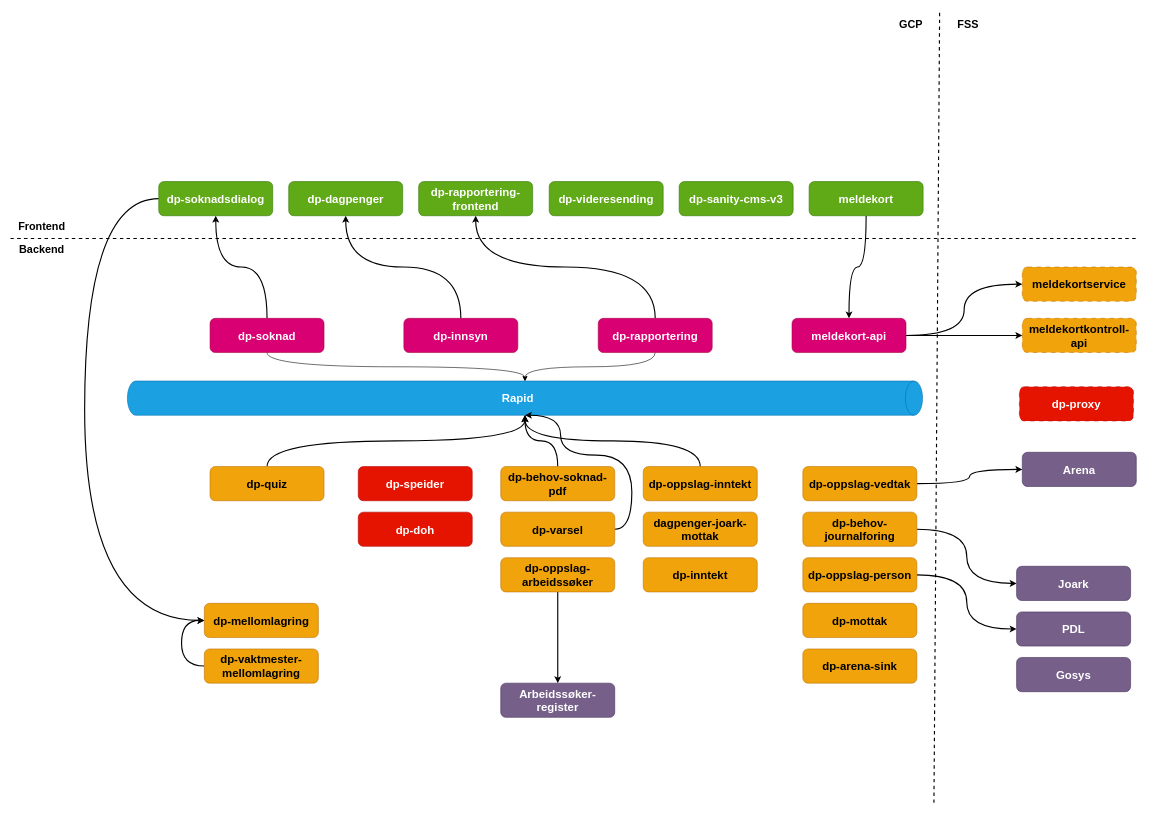
Above: docs/innbyggerflater/overordnet-arkitektur.drawio in navikt/dp-dokumentasjon (draw.io), before the change. Source tidied: cells renumbered, new cells numbered last; positions are measured from the earlier drawing's top-left corner, leaving out a move shared by most shapes. Both pictures are drawn from the tidied source at 57%, with x=0, y=0 at pixel (10, 0).
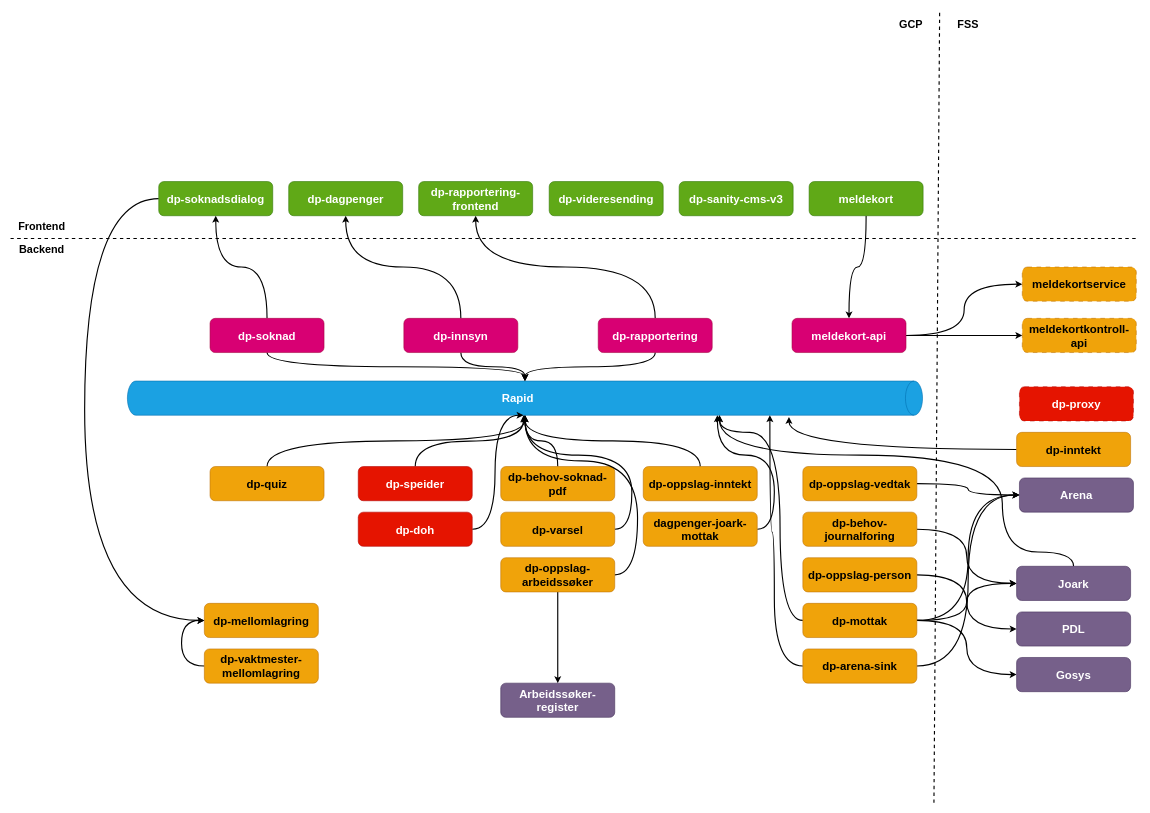
Above is the later version.

Commit message:
Oppdatert arkitektur tegning

The change refers to these unchanged cells:
```xml
<mxCell id="6" value="dp-soknad" style="whiteSpace=wrap;html=1;rounded=1;fillColor=#d80073;fontColor=#ffffff;strokeColor=#A50040;fontSize=20;fontStyle=1;" parent="1" vertex="1">
  <mxGeometry x="350" y="558" width="200" height="60" as="geometry" />
</mxCell>
<mxCell id="15" value="Rapid" style="shape=cylinder3;whiteSpace=wrap;html=1;boundedLbl=1;backgroundOutline=1;size=15;fontFamily=Helvetica;fontSize=20;rotation=90;horizontal=0;fillColor=#1ba1e2;strokeColor=#006EAF;fontColor=#ffffff;fontStyle=1;" parent="1" vertex="1">
  <mxGeometry x="872.5" y="0.5" width="60" height="1395" as="geometry" />
</mxCell>
<mxCell id="16" value="dp-mottak" style="whiteSpace=wrap;html=1;rounded=1;fillColor=#f0a30a;fontColor=#000000;strokeColor=#BD7000;fontSize=20;fontStyle=1;" parent="1" vertex="1">
  <mxGeometry x="1390" y="1058" width="200" height="60" as="geometry" />
</mxCell>
<mxCell id="18" value="Gosys" style="rounded=1;whiteSpace=wrap;html=1;fontFamily=Helvetica;fontSize=20;fontColor=#ffffff;fillColor=#76608a;strokeColor=#432D57;fontStyle=1;" parent="1" vertex="1">
  <mxGeometry x="1765" y="1153" width="200" height="60" as="geometry" />
</mxCell>
<mxCell id="19" value="Joark" style="rounded=1;whiteSpace=wrap;html=1;fontFamily=Helvetica;fontSize=20;fontColor=#ffffff;fillColor=#76608a;strokeColor=#432D57;fontStyle=1;" parent="1" vertex="1">
  <mxGeometry x="1765" y="993" width="200" height="60" as="geometry" />
</mxCell>
<mxCell id="20" value="dagpenger-joark-mottak" style="rounded=1;whiteSpace=wrap;html=1;fontFamily=Helvetica;fontSize=20;fontColor=#000000;fillColor=#f0a30a;strokeColor=#BD7000;fontStyle=1;" parent="1" vertex="1">
  <mxGeometry x="1110" y="898" width="200" height="60" as="geometry" />
</mxCell>
<mxCell id="25" value="dp-oppslag-arbeidssøker" style="rounded=1;whiteSpace=wrap;html=1;fontFamily=Helvetica;fontSize=20;fontColor=#000000;fillColor=#f0a30a;strokeColor=#BD7000;fontStyle=1;" parent="1" vertex="1">
  <mxGeometry x="860" y="978" width="200" height="60" as="geometry" />
</mxCell>
<mxCell id="31" value="dp-innsyn" style="whiteSpace=wrap;html=1;fontSize=20;rounded=1;fillColor=#d80073;fontColor=#ffffff;strokeColor=#A50040;fontStyle=1;" parent="1" vertex="1">
  <mxGeometry x="690" y="558" width="200" height="60" as="geometry" />
</mxCell>
<mxCell id="35" value="dp-rapportering" style="whiteSpace=wrap;html=1;fontSize=20;rounded=1;fillColor=#d80073;fontColor=#ffffff;strokeColor=#A50040;fontStyle=1;" parent="1" vertex="1">
  <mxGeometry x="1031" y="558" width="200" height="60" as="geometry" />
</mxCell>
<mxCell id="45" value="dp-speider" style="whiteSpace=wrap;html=1;fontSize=20;rounded=1;fillColor=#e51400;fontColor=#ffffff;strokeColor=#B20000;fontStyle=1;" parent="1" vertex="1">
  <mxGeometry x="610" y="818" width="200" height="60" as="geometry" />
</mxCell>
<mxCell id="46" value="dp-doh" style="whiteSpace=wrap;html=1;fontSize=20;rounded=1;fillColor=#e51400;fontColor=#ffffff;strokeColor=#B20000;fontStyle=1;" parent="1" vertex="1">
  <mxGeometry x="610" y="898" width="200" height="60" as="geometry" />
</mxCell>
<mxCell id="51" value="dp-varsel" style="whiteSpace=wrap;html=1;fontSize=20;rounded=1;fillColor=#f0a30a;fontColor=#000000;strokeColor=#BD7000;fontStyle=1;" parent="1" vertex="1">
  <mxGeometry x="860" y="898" width="200" height="60" as="geometry" />
</mxCell>
<mxCell id="53" value="dp-arena-sink" style="whiteSpace=wrap;html=1;fontSize=20;rounded=1;fillColor=#f0a30a;fontColor=#000000;strokeColor=#BD7000;fontStyle=1;" parent="1" vertex="1">
  <mxGeometry x="1390" y="1138" width="200" height="60" as="geometry" />
</mxCell>
```

The edit, as a diff of the source:
```diff
@@
-    <mxCell id="4" style="edgeStyle=orthogonalEdgeStyle;shape=connector;curved=1;rounded=1;html=1;labelBackgroundColor=default;strokeColor=default;fontFamily=Helvetica;fontSize=14;fontColor=default;endArrow=classic;fontStyle=1;" parent="1" edge="1" source="6" target="15">
+    <mxCell id="4" style="edgeStyle=orthogonalEdgeStyle;shape=connector;curved=1;rounded=1;html=1;labelBackgroundColor=default;strokeColor=default;fontFamily=Helvetica;fontSize=14;fontColor=default;endArrow=classic;fontStyle=1;strokeWidth=2;" parent="1" edge="1" source="6" target="15">
       <mxGeometry relative="1" as="geometry" />
     </mxCell>
@@
+    <mxCell id="61" style="edgeStyle=orthogonalEdgeStyle;curved=1;html=1;entryX=1;entryY=0;entryDx=0;entryDy=356.25;entryPerimeter=0;strokeWidth=2;exitX=0;exitY=0.5;exitDx=0;exitDy=0;" parent="1" edge="1" source="16" target="15">
+      <mxGeometry relative="1" as="geometry">
+        <Array as="points">
+          <mxPoint x="1350" y="1088" />
+          <mxPoint x="1350" y="758" />
+          <mxPoint x="1244" y="758" />
+        </Array>
+      </mxGeometry>
+    </mxCell>
+    <mxCell id="62" style="edgeStyle=orthogonalEdgeStyle;curved=1;html=1;entryX=0;entryY=0.5;entryDx=0;entryDy=0;strokeWidth=2;" parent="1" edge="1" source="16" target="18">
+      <mxGeometry relative="1" as="geometry" />
+    </mxCell>
+    <mxCell id="63" style="edgeStyle=orthogonalEdgeStyle;curved=1;html=1;entryX=0;entryY=0.5;entryDx=0;entryDy=0;strokeWidth=2;" parent="1" edge="1" source="16" target="19">
+      <mxGeometry relative="1" as="geometry" />
+    </mxCell>
+    <mxCell id="64" style="edgeStyle=orthogonalEdgeStyle;curved=1;html=1;entryX=0;entryY=0.5;entryDx=0;entryDy=0;strokeWidth=2;" parent="1" edge="1" source="16" target="17">
+      <mxGeometry relative="1" as="geometry" />
+    </mxCell>
@@
     <mxCell id="17" value="Arena" style="rounded=1;whiteSpace=wrap;html=1;fontFamily=Helvetica;fontSize=20;fontColor=#ffffff;fillColor=#76608a;strokeColor=#432D57;fontStyle=1;" parent="1" vertex="1">
-      <mxGeometry x="1775" y="793" width="200" height="60" as="geometry" />
+      <mxGeometry x="1770" y="838" width="200" height="60" as="geometry" />
     </mxCell>
@@
+    <mxCell id="65" style="edgeStyle=orthogonalEdgeStyle;curved=1;html=1;entryX=1;entryY=0;entryDx=0;entryDy=356.25;entryPerimeter=0;strokeWidth=2;exitX=0.5;exitY=0;exitDx=0;exitDy=0;" parent="1" edge="1" source="19" target="15">
+      <mxGeometry relative="1" as="geometry">
+        <Array as="points">
+          <mxPoint x="1865" y="968" />
+          <mxPoint x="1740" y="968" />
+          <mxPoint x="1740" y="798" />
+          <mxPoint x="1244" y="798" />
+        </Array>
+      </mxGeometry>
+    </mxCell>
@@
+    <mxCell id="66" style="edgeStyle=orthogonalEdgeStyle;curved=1;html=1;strokeWidth=2;exitX=1;exitY=0.5;exitDx=0;exitDy=0;" parent="1" edge="1" source="20">
+      <mxGeometry relative="1" as="geometry">
+        <mxPoint x="1240" y="728" as="targetPoint" />
+        <Array as="points">
+          <mxPoint x="1340" y="928" />
+          <mxPoint x="1340" y="798" />
+          <mxPoint x="1240" y="798" />
+        </Array>
+      </mxGeometry>
+    </mxCell>
@@
+    <mxCell id="67" style="edgeStyle=orthogonalEdgeStyle;curved=1;html=1;entryX=1;entryY=0.5;entryDx=0;entryDy=0;entryPerimeter=0;strokeWidth=2;exitX=1;exitY=0.5;exitDx=0;exitDy=0;" parent="1" edge="1" source="25" target="15">
+      <mxGeometry relative="1" as="geometry">
+        <Array as="points">
+          <mxPoint x="1100" y="1008" />
+          <mxPoint x="1100" y="808" />
+          <mxPoint x="903" y="808" />
+        </Array>
+      </mxGeometry>
+    </mxCell>
@@
+    <mxCell id="68" style="edgeStyle=orthogonalEdgeStyle;curved=1;html=1;entryX=1.05;entryY=0.168;entryDx=0;entryDy=0;entryPerimeter=0;strokeWidth=2;exitX=0;exitY=0.5;exitDx=0;exitDy=0;" parent="1" edge="1" source="27" target="15">
+      <mxGeometry relative="1" as="geometry">
+        <Array as="points">
+          <mxPoint x="1366" y="788" />
+        </Array>
+      </mxGeometry>
+    </mxCell>
     <mxCell id="27" value="dp-inntekt" style="whiteSpace=wrap;html=1;fontSize=20;rounded=1;fillColor=#f0a30a;fontColor=#000000;strokeColor=#BD7000;fontStyle=1;" parent="1" vertex="1">
-      <mxGeometry x="1110" y="978" width="200" height="60" as="geometry" />
+      <mxGeometry x="1765" y="758" width="200" height="60" as="geometry" />
     </mxCell>
@@
+    <mxCell id="69" style="edgeStyle=orthogonalEdgeStyle;curved=1;html=1;entryX=0;entryY=0.5;entryDx=0;entryDy=0;entryPerimeter=0;strokeWidth=2;" parent="1" edge="1" source="31" target="15">
+      <mxGeometry relative="1" as="geometry" />
+    </mxCell>
@@
-    <mxCell id="34" style="edgeStyle=orthogonalEdgeStyle;shape=connector;curved=1;rounded=1;html=1;entryX=0;entryY=0.5;entryDx=0;entryDy=0;entryPerimeter=0;labelBackgroundColor=default;strokeColor=default;fontFamily=Helvetica;fontSize=14;fontColor=default;endArrow=classic;fontStyle=1;" parent="1" edge="1" source="35" target="15">
+    <mxCell id="34" style="edgeStyle=orthogonalEdgeStyle;shape=connector;curved=1;rounded=1;html=1;entryX=0;entryY=0.5;entryDx=0;entryDy=0;entryPerimeter=0;labelBackgroundColor=default;strokeColor=default;fontFamily=Helvetica;fontSize=14;fontColor=default;endArrow=classic;fontStyle=1;strokeWidth=2;" parent="1" edge="1" source="35" target="15">
       <mxGeometry relative="1" as="geometry" />
     </mxCell>
@@
+    <mxCell id="70" style="edgeStyle=orthogonalEdgeStyle;curved=1;html=1;strokeWidth=2;exitX=0.5;exitY=0;exitDx=0;exitDy=0;" parent="1" edge="1" source="45">
+      <mxGeometry relative="1" as="geometry">
+        <mxPoint x="900" y="728" as="targetPoint" />
+      </mxGeometry>
+    </mxCell>
@@
+    <mxCell id="71" style="edgeStyle=orthogonalEdgeStyle;curved=1;html=1;strokeWidth=2;" parent="1" edge="1" source="46">
+      <mxGeometry relative="1" as="geometry">
+        <mxPoint x="900" y="728" as="targetPoint" />
+        <Array as="points">
+          <mxPoint x="850" y="928" />
+          <mxPoint x="850" y="728" />
+        </Array>
+      </mxGeometry>
+    </mxCell>
@@
-    <mxCell id="50" style="edgeStyle=orthogonalEdgeStyle;shape=connector;curved=1;rounded=1;html=1;labelBackgroundColor=default;strokeColor=default;fontFamily=Helvetica;fontSize=14;fontColor=default;endArrow=classic;fontStyle=1;exitX=1;exitY=0.5;exitDx=0;exitDy=0;entryX=1;entryY=0.5;entryDx=0;entryDy=0;entryPerimeter=0;strokeWidth=2;" parent="1" edge="1" source="51" target="15">
+    <mxCell id="50" style="edgeStyle=orthogonalEdgeStyle;html=1;entryX=1;entryY=0.5;entryDx=0;entryDy=0;entryPerimeter=0;strokeWidth=2;curved=1;exitX=1;exitY=0.5;exitDx=0;exitDy=0;" parent="1" edge="1" source="51" target="15">
       <mxGeometry relative="1" as="geometry">
         <Array as="points">
           <mxPoint x="1090" y="928" />
           <mxPoint x="1090" y="798" />
-          <mxPoint x="965" y="798" />
+          <mxPoint x="903" y="798" />
         </Array>
       </mxGeometry>
     </mxCell>
@@
+    <mxCell id="72" style="edgeStyle=orthogonalEdgeStyle;curved=1;html=1;entryX=1;entryY=0.192;entryDx=0;entryDy=0;entryPerimeter=0;strokeWidth=2;exitX=0;exitY=0.5;exitDx=0;exitDy=0;" parent="1" edge="1" source="53" target="15">
+      <mxGeometry relative="1" as="geometry">
+        <Array as="points">
+          <mxPoint x="1340" y="1168" />
+          <mxPoint x="1340" y="933" />
+          <mxPoint x="1332" y="933" />
+        </Array>
+      </mxGeometry>
+    </mxCell>
+    <mxCell id="73" style="edgeStyle=orthogonalEdgeStyle;curved=1;html=1;entryX=0;entryY=0.5;entryDx=0;entryDy=0;strokeWidth=2;" parent="1" edge="1" source="53" target="17">
+      <mxGeometry relative="1" as="geometry" />
+    </mxCell>
```
